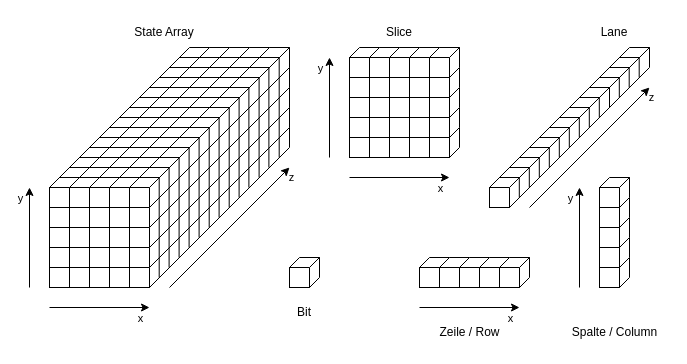
The draw.io diagram images/drawio templates/StateArrayBeschreibung.drawio in niklaslorenz/abschlussarbeit, before the edit. Source tidied: cells renumbered, new cells numbered last; positions are measured from the earlier drawing's top-left corner, leaving out a move shared by most shapes. Both pictures are drawn from the tidied source at 100%, with x=0, y=0 at pixel (29, 17).
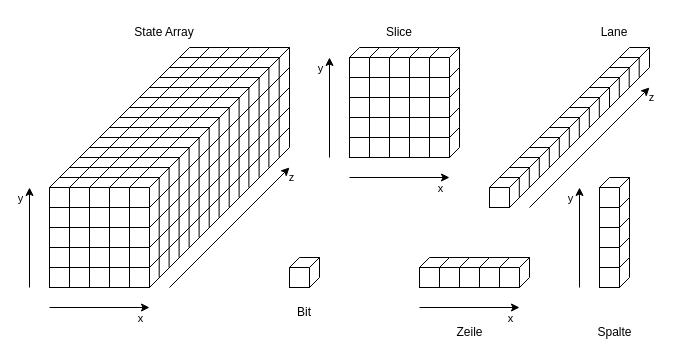
The same page after the edit.

Diff of the diagram source:
```diff
@@
-    <mxCell id="130" value="Zeile / Row" style="text;html=1;align=center;verticalAlign=middle;strokeColor=none;fillColor=none;" parent="1" vertex="1">
-      <mxGeometry x="400" y="300" width="80" height="30" as="geometry" />
+    <mxCell id="130" value="Zeile" style="text;html=1;align=center;verticalAlign=middle;strokeColor=none;fillColor=none;" parent="1" vertex="1">
+      <mxGeometry x="415" y="300" width="50" height="30" as="geometry" />
     </mxCell>
-    <mxCell id="131" value="Spalte / Column" style="text;html=1;align=center;verticalAlign=middle;strokeColor=none;fillColor=none;" parent="1" vertex="1">
-      <mxGeometry x="530" y="300" width="110" height="30" as="geometry" />
+    <mxCell id="131" value="Spalte" style="text;html=1;align=center;verticalAlign=middle;strokeColor=none;fillColor=none;" parent="1" vertex="1">
+      <mxGeometry x="555" y="300" width="60" height="30" as="geometry" />
     </mxCell>
```
